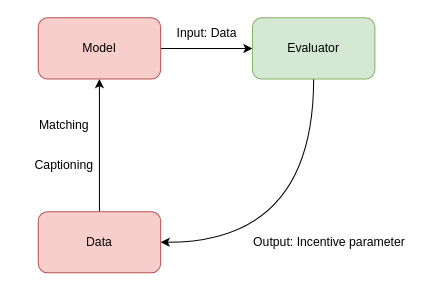
The draw.io diagram images/51合作.drawio in eveyuyi/pics_git, before the edit. Source tidied: cells renumbered, new cells numbered last; positions are measured from the earlier drawing's top-left corner, leaving out a move shared by most shapes. Both pictures are drawn from the tidied source at 102%, with x=0, y=0 at pixel (22, 17).
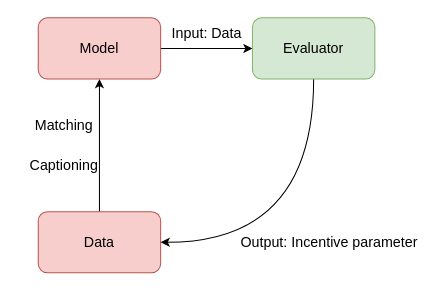
The same page after the edit.

What changed in the source:
```diff
@@
 <mxGraphModel>
   <root>
     <mxCell id="0" />
     <mxCell id="1" parent="0" />
-    <mxCell id="2" style="edgeStyle=orthogonalEdgeStyle;rounded=0;jettySize=auto;html=1;entryX=0.5;entryY=1;entryDx=0;entryDy=0;curved=1;" parent="1" edge="1" source="3" target="5">
+    <mxCell id="2" style="edgeStyle=orthogonalEdgeStyle;rounded=0;jettySize=auto;html=1;entryX=0.5;entryY=1;entryDx=0;entryDy=0;curved=1;fontSize=14;" parent="1" edge="1" source="3" target="5">
       <mxGeometry relative="1" as="geometry" />
     </mxCell>
-    <mxCell id="3" value="Data" style="rounded=1;whiteSpace=wrap;html=1;fillColor=#f8cecc;strokeColor=#b85450;" parent="1" vertex="1">
+    <mxCell id="3" value="Data" style="rounded=1;whiteSpace=wrap;html=1;fillColor=#f8cecc;strokeColor=#b85450;fontSize=14;" parent="1" vertex="1">
       <mxGeometry x="15" y="190" width="120" height="60" as="geometry" />
     </mxCell>
-    <mxCell id="4" style="edgeStyle=orthogonalEdgeStyle;curved=1;rounded=0;jettySize=auto;html=1;entryX=0;entryY=0.5;entryDx=0;entryDy=0;" parent="1" edge="1" source="5" target="7">
+    <mxCell id="4" style="edgeStyle=orthogonalEdgeStyle;curved=1;rounded=0;jettySize=auto;html=1;entryX=0;entryY=0.5;entryDx=0;entryDy=0;fontSize=14;" parent="1" edge="1" source="5" target="7">
       <mxGeometry relative="1" as="geometry" />
     </mxCell>
-    <mxCell id="5" value="Model" style="rounded=1;whiteSpace=wrap;html=1;fillColor=#f8cecc;strokeColor=#b85450;" parent="1" vertex="1">
+    <mxCell id="5" value="Model" style="rounded=1;whiteSpace=wrap;html=1;fillColor=#f8cecc;strokeColor=#b85450;fontSize=14;" parent="1" vertex="1">
       <mxGeometry x="15" width="120" height="60" as="geometry" />
     </mxCell>
-    <mxCell id="6" style="edgeStyle=orthogonalEdgeStyle;curved=1;rounded=0;jettySize=auto;html=1;entryX=1;entryY=0.5;entryDx=0;entryDy=0;exitX=0.5;exitY=1;exitDx=0;exitDy=0;" parent="1" edge="1" source="7" target="3">
+    <mxCell id="6" style="edgeStyle=orthogonalEdgeStyle;curved=1;rounded=0;jettySize=auto;html=1;entryX=1;entryY=0.5;entryDx=0;entryDy=0;exitX=0.5;exitY=1;exitDx=0;exitDy=0;fontSize=14;" parent="1" edge="1" source="7" target="3">
       <mxGeometry relative="1" as="geometry" />
     </mxCell>
-    <mxCell id="7" value="Evaluator" style="rounded=1;whiteSpace=wrap;html=1;fillColor=#d5e8d4;strokeColor=#82b366;" parent="1" vertex="1">
+    <mxCell id="7" value="Evaluator" style="rounded=1;whiteSpace=wrap;html=1;fillColor=#d5e8d4;strokeColor=#82b366;fontSize=14;" parent="1" vertex="1">
       <mxGeometry x="225" width="120" height="60" as="geometry" />
     </mxCell>
-    <mxCell id="8" value="Captioning" style="text;html=1;align=center;verticalAlign=middle;strokeColor=none;fillColor=none;" parent="1" vertex="1">
-      <mxGeometry y="130" width="80" height="30" as="geometry" />
+    <mxCell id="8" value="Captioning" style="text;html=1;align=center;verticalAlign=middle;strokeColor=none;fillColor=none;fontSize=14;" parent="1" vertex="1">
+      <mxGeometry x="-5" y="130" width="90" height="30" as="geometry" />
     </mxCell>
-    <mxCell id="9" value="Matching" style="text;html=1;align=center;verticalAlign=middle;strokeColor=none;fillColor=none;" parent="1" vertex="1">
-      <mxGeometry x="5" y="90" width="70" height="30" as="geometry" />
+    <mxCell id="9" value="Matching" style="text;html=1;align=center;verticalAlign=middle;strokeColor=none;fillColor=none;fontSize=14;" parent="1" vertex="1">
+      <mxGeometry y="90" width="80" height="30" as="geometry" />
     </mxCell>
-    <mxCell id="10" value="Output: Incentive parameter" style="text;html=1;align=center;verticalAlign=middle;strokeColor=none;fillColor=none;" parent="1" vertex="1">
-      <mxGeometry x="215" y="205" width="170" height="30" as="geometry" />
+    <mxCell id="10" value="Output: Incentive parameter" style="text;html=1;align=center;verticalAlign=middle;strokeColor=none;fillColor=none;fontSize=14;" parent="1" vertex="1">
+      <mxGeometry x="200" y="205" width="200" height="30" as="geometry" />
     </mxCell>
-    <mxCell id="11" value="Input: Data" style="text;html=1;align=center;verticalAlign=middle;strokeColor=none;fillColor=none;" parent="1" vertex="1">
-      <mxGeometry x="140" width="80" height="30" as="geometry" />
+    <mxCell id="11" value="Input: Data" style="text;html=1;align=center;verticalAlign=middle;strokeColor=none;fillColor=none;fontSize=14;" parent="1" vertex="1">
+      <mxGeometry x="135" width="90" height="30" as="geometry" />
     </mxCell>
   </root>
 </mxGraphModel>
```
